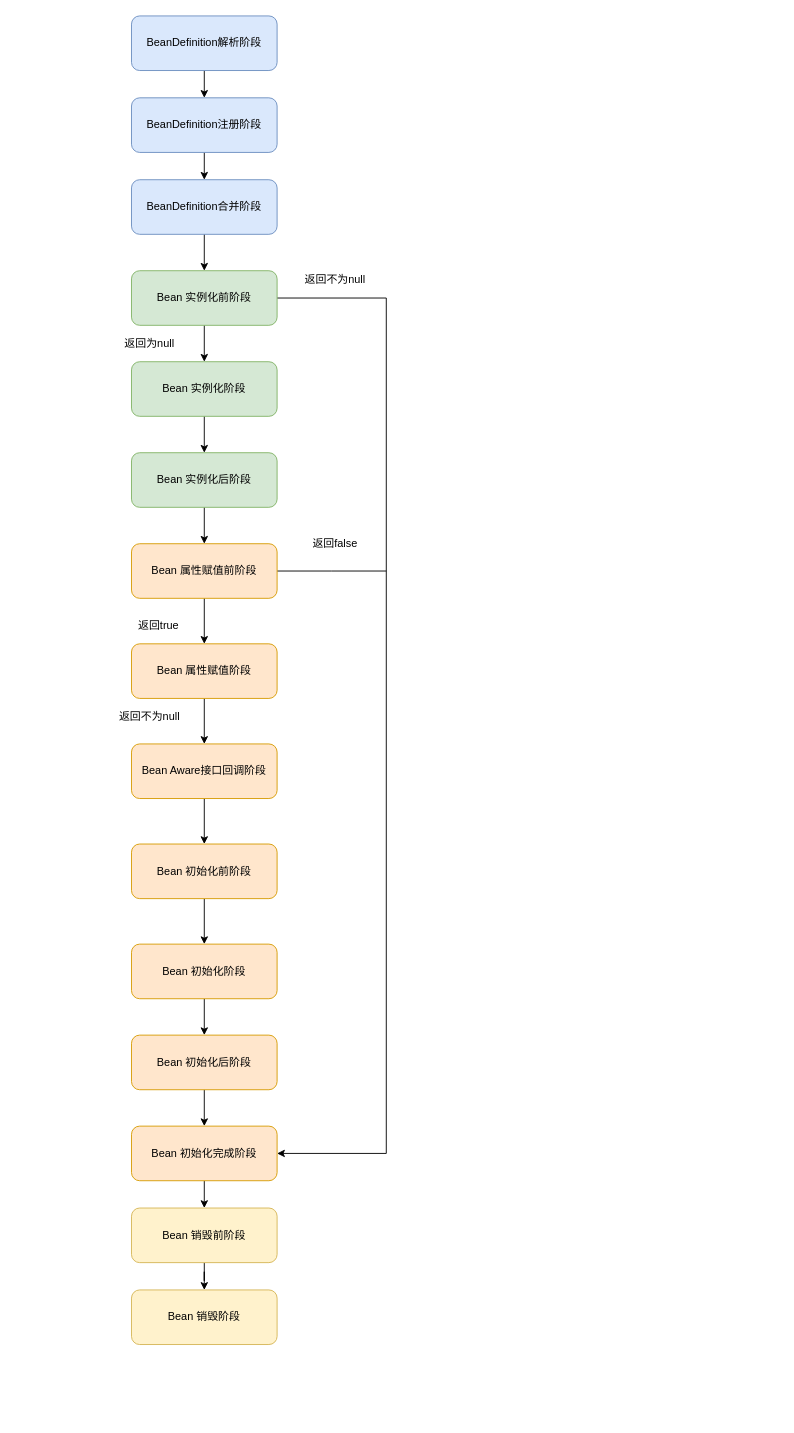
erlieStar/diagrams keeps this draw.io diagram as spring/bean生命周期.drawio. Above is the earlier version. Source tidied: cells renumbered, new cells numbered last; positions are measured from the earlier drawing's top-left corner, leaving out a move shared by most shapes. Both pictures are drawn from the tidied source at 91%, with x=0, y=0 at pixel (113, 15).
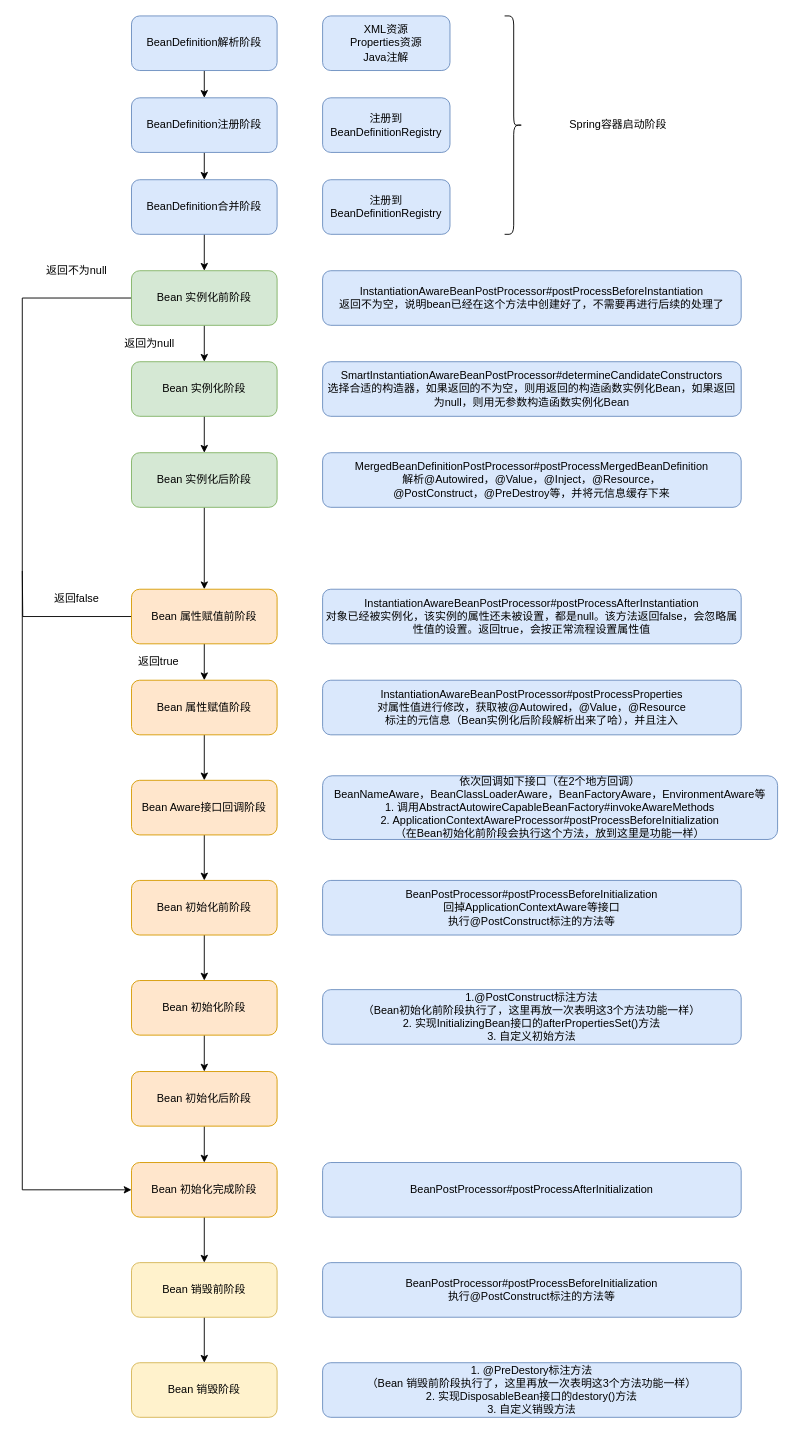
Above is the later version.

The change refers to these unchanged cells:
```xml
<mxCell id="8" value="Bean 实例化前阶段" style="rounded=1;whiteSpace=wrap;html=1;fillColor=#d5e8d4;strokeColor=#82b366;" parent="1" vertex="1">
  <mxGeometry x="20" y="280" width="160" height="60" as="geometry" />
</mxCell>
```

The edit, as a diff of the source:
```diff
@@
-    <mxCell id="7" style="edgeStyle=orthogonalEdgeStyle;rounded=0;jettySize=auto;html=1;exitX=1;exitY=0.5;exitDx=0;exitDy=0;entryX=1;entryY=0.5;entryDx=0;entryDy=0;" parent="1" edge="1" source="8" target="27">
+    <mxCell id="7" style="edgeStyle=orthogonalEdgeStyle;rounded=0;jettySize=auto;html=1;exitX=0;exitY=0.5;exitDx=0;exitDy=0;entryX=0;entryY=0.5;entryDx=0;entryDy=0;" parent="1" edge="1" source="8" target="27">
       <mxGeometry relative="1" as="geometry">
         <Array as="points">
-          <mxPoint x="300" y="310" />
-          <mxPoint x="300" y="1250" />
+          <mxPoint x="-100" y="310" />
+          <mxPoint x="-100" y="1290" />
         </Array>
       </mxGeometry>
     </mxCell>
@@
-    <mxCell id="13" style="edgeStyle=orthogonalEdgeStyle;rounded=0;jettySize=auto;html=1;exitX=1;exitY=0.5;exitDx=0;exitDy=0;endArrow=none;endFill=0;" parent="1" edge="1" source="15">
-      <mxGeometry relative="1" as="geometry">
-        <mxPoint x="300" y="610" as="targetPoint" />
-      </mxGeometry>
-    </mxCell>
@@
+    <mxCell id="38" style="edgeStyle=orthogonalEdgeStyle;rounded=0;jettySize=auto;html=1;exitX=0;exitY=0.5;exitDx=0;exitDy=0;endArrow=none;endFill=0;" parent="1" edge="1" source="15">
+      <mxGeometry relative="1" as="geometry">
+        <mxPoint x="-100" y="610" as="targetPoint" />
+      </mxGeometry>
+    </mxCell>
     <mxCell id="15" value="Bean 属性赋值前阶段" style="rounded=1;whiteSpace=wrap;html=1;fillColor=#ffe6cc;strokeColor=#d79b00;" parent="1" vertex="1">
-      <mxGeometry x="20" y="580" width="160" height="60" as="geometry" />
+      <mxGeometry x="20" y="630" width="160" height="60" as="geometry" />
     </mxCell>
@@
     <mxCell id="17" value="Bean 属性赋值阶段" style="rounded=1;whiteSpace=wrap;html=1;fillColor=#ffe6cc;strokeColor=#d79b00;" parent="1" vertex="1">
-      <mxGeometry x="20" y="690" width="160" height="60" as="geometry" />
+      <mxGeometry x="20" y="730" width="160" height="60" as="geometry" />
     </mxCell>
@@
     <mxCell id="19" value="Bean Aware接口回调阶段" style="rounded=1;whiteSpace=wrap;html=1;fillColor=#ffe6cc;strokeColor=#d79b00;" parent="1" vertex="1">
-      <mxGeometry x="20" y="800" width="160" height="60" as="geometry" />
+      <mxGeometry x="20" y="840" width="160" height="60" as="geometry" />
     </mxCell>
@@
     <mxCell id="21" value="Bean 初始化前阶段" style="rounded=1;whiteSpace=wrap;html=1;fillColor=#ffe6cc;strokeColor=#d79b00;" parent="1" vertex="1">
-      <mxGeometry x="20" y="910" width="160" height="60" as="geometry" />
+      <mxGeometry x="20" y="950" width="160" height="60" as="geometry" />
     </mxCell>
@@
     <mxCell id="23" value="Bean 初始化阶段" style="rounded=1;whiteSpace=wrap;html=1;fillColor=#ffe6cc;strokeColor=#d79b00;" parent="1" vertex="1">
-      <mxGeometry x="20" y="1020" width="160" height="60" as="geometry" />
+      <mxGeometry x="20" y="1060" width="160" height="60" as="geometry" />
     </mxCell>
@@
     <mxCell id="25" value="Bean 初始化后阶段" style="rounded=1;whiteSpace=wrap;html=1;fillColor=#ffe6cc;strokeColor=#d79b00;" parent="1" vertex="1">
-      <mxGeometry x="20" y="1120" width="160" height="60" as="geometry" />
+      <mxGeometry x="20" y="1160" width="160" height="60" as="geometry" />
     </mxCell>
@@
     <mxCell id="27" value="Bean 初始化完成阶段" style="rounded=1;whiteSpace=wrap;html=1;fillColor=#ffe6cc;strokeColor=#d79b00;" parent="1" vertex="1">
-      <mxGeometry x="20" y="1220" width="160" height="60" as="geometry" />
+      <mxGeometry x="20" y="1260" width="160" height="60" as="geometry" />
     </mxCell>
@@
     <mxCell id="29" value="Bean 销毁前阶段" style="rounded=1;whiteSpace=wrap;html=1;fillColor=#fff2cc;strokeColor=#d6b656;" parent="1" vertex="1">
-      <mxGeometry x="20" y="1310" width="160" height="60" as="geometry" />
+      <mxGeometry x="20" y="1370" width="160" height="60" as="geometry" />
     </mxCell>
     <mxCell id="30" value="Bean 销毁阶段" style="rounded=1;whiteSpace=wrap;html=1;fillColor=#fff2cc;strokeColor=#d6b656;" parent="1" vertex="1">
-      <mxGeometry x="20" y="1400" width="160" height="60" as="geometry" />
+      <mxGeometry x="20" y="1480" width="160" height="60" as="geometry" />
     </mxCell>
@@
     <mxCell id="32" value="返回不为null" style="text;html=1;strokeColor=none;fillColor=none;align=center;verticalAlign=middle;whiteSpace=wrap;rounded=0;" parent="1" vertex="1">
-      <mxGeometry x="204" y="280" width="80" height="20" as="geometry" />
+      <mxGeometry x="-80" y="270" width="80" height="20" as="geometry" />
     </mxCell>
     <mxCell id="33" value="返回false" style="text;html=1;strokeColor=none;fillColor=none;align=center;verticalAlign=middle;whiteSpace=wrap;rounded=0;" parent="1" vertex="1">
-      <mxGeometry x="204" y="570" width="80" height="20" as="geometry" />
+      <mxGeometry x="-80" y="630" width="80" height="20" as="geometry" />
     </mxCell>
     <mxCell id="34" value="返回true" style="text;html=1;strokeColor=none;fillColor=none;align=center;verticalAlign=middle;whiteSpace=wrap;rounded=0;" parent="1" vertex="1">
-      <mxGeometry x="10" y="660" width="80" height="20" as="geometry" />
+      <mxGeometry x="10" y="700" width="80" height="20" as="geometry" />
     </mxCell>
@@
-    <mxCell id="37" value="返回不为null" style="text;html=1;strokeColor=none;fillColor=none;align=center;verticalAlign=middle;whiteSpace=wrap;rounded=0;" parent="1" vertex="1">
-      <mxGeometry y="760" width="80" height="20" as="geometry" />
-    </mxCell>
+    <mxCell id="39" value="XML资源&lt;br&gt;Properties资源&lt;br&gt;Java注解&lt;span style=&quot;color: rgb(79 , 79 , 79) ; font-family: , &amp;#34;sf ui text&amp;#34; , &amp;#34;arial&amp;#34; , &amp;#34;pingfang sc&amp;#34; , &amp;#34;hiragino sans gb&amp;#34; , &amp;#34;microsoft yahei&amp;#34; , &amp;#34;wenquanyi micro hei&amp;#34; , sans-serif ; font-size: 14px ; background-color: rgb(255 , 255 , 255)&quot;&gt;&lt;br&gt;&lt;/span&gt;" style="rounded=1;whiteSpace=wrap;html=1;fillColor=#dae8fc;strokeColor=#6c8ebf;" parent="1" vertex="1">
+      <mxGeometry x="230" width="140" height="60" as="geometry" />
+    </mxCell>
+    <mxCell id="40" value="注册到BeanDefinitionRegistry" style="rounded=1;whiteSpace=wrap;html=1;fillColor=#dae8fc;strokeColor=#6c8ebf;" parent="1" vertex="1">
+      <mxGeometry x="230" y="90" width="140" height="60" as="geometry" />
+    </mxCell>
+    <mxCell id="41" value="注册到BeanDefinitionRegistry" style="rounded=1;whiteSpace=wrap;html=1;fillColor=#dae8fc;strokeColor=#6c8ebf;" parent="1" vertex="1">
+      <mxGeometry x="230" y="180" width="140" height="60" as="geometry" />
+    </mxCell>
+    <mxCell id="42" style="shape=curlyBracket;whiteSpace=wrap;html=1;rounded=1;rotation=-180;" parent="1" vertex="1">
+      <mxGeometry x="430" width="20" height="240" as="geometry" />
+    </mxCell>
+    <mxCell id="43" value="Spring容器启动阶段" style="text;html=1;strokeColor=none;fillColor=none;align=center;verticalAlign=middle;whiteSpace=wrap;rounded=0;" parent="1" vertex="1">
+      <mxGeometry x="490" y="110" width="130" height="20" as="geometry" />
+    </mxCell>
+    <mxCell id="44" value="&lt;span style=&quot;box-sizing: border-box ; outline: 0px ; overflow-wrap: break-word&quot;&gt;InstantiationAwareBeanPostProcessor#postProcessBeforeInstantiation&lt;br&gt;&lt;span&gt;返回不为空，说明bean已经在这个方法中创建好了，不需要再进行后续的处理了&lt;/span&gt;&lt;br&gt;&lt;/span&gt;" style="rounded=1;whiteSpace=wrap;html=1;fillColor=#dae8fc;strokeColor=#6c8ebf;" parent="1" vertex="1">
+      <mxGeometry x="230" y="280" width="460" height="60" as="geometry" />
+    </mxCell>
+    <mxCell id="45" value="&lt;span style=&quot;box-sizing: border-box ; outline: 0px ; overflow-wrap: break-word&quot;&gt;&lt;span style=&quot;box-sizing: border-box ; outline: 0px ; overflow-wrap: break-word&quot;&gt;SmartInstantiationAwareBeanPostProcessor#determineCandidateConstructors&lt;br&gt;&lt;/span&gt;&lt;span&gt;选择合适的构造器，如果返回的不为空，则用返回的构造函数实例化Bean，如果返回为null，则用无参数构造函数实例化Bean&lt;/span&gt;&lt;br&gt;&lt;/span&gt;" style="rounded=1;whiteSpace=wrap;html=1;fillColor=#dae8fc;strokeColor=#6c8ebf;" parent="1" vertex="1">
+      <mxGeometry x="230" y="380" width="460" height="60" as="geometry" />
+    </mxCell>
+    <mxCell id="46" value="&lt;span style=&quot;box-sizing: border-box ; outline: 0px ; overflow-wrap: break-word&quot;&gt;&lt;span style=&quot;box-sizing: border-box ; outline: 0px ; overflow-wrap: break-word&quot;&gt;MergedBeanDefinitionPostProcessor#postProcessMergedBeanDefinition&lt;br&gt;&lt;/span&gt;解析&lt;span&gt;@Autowired，@Value，@Inject，&lt;/span&gt;&lt;span&gt;@Resource，&lt;br&gt;@PostConstruct，@PreDestroy等，并将元信息缓存下来&lt;/span&gt;&lt;br&gt;&lt;/span&gt;" style="rounded=1;whiteSpace=wrap;html=1;fillColor=#dae8fc;strokeColor=#6c8ebf;" parent="1" vertex="1">
+      <mxGeometry x="230" y="480" width="460" height="60" as="geometry" />
+    </mxCell>
+    <mxCell id="47" value="&lt;span style=&quot;box-sizing: border-box ; outline: 0px ; overflow-wrap: break-word&quot;&gt;&lt;span style=&quot;box-sizing: border-box ; outline: 0px ; overflow-wrap: break-word&quot;&gt;InstantiationAwareBeanPostProcessor#postProcessAfterInstantiation&lt;br&gt;&lt;/span&gt;&lt;span&gt;对象已经被实例化，该实例的属性还未被设置，都是null。该方法返回false，会忽略属性值的设置。返回true，会按正常流程设置属性值&lt;/span&gt;&lt;br&gt;&lt;/span&gt;" style="rounded=1;whiteSpace=wrap;html=1;fillColor=#dae8fc;strokeColor=#6c8ebf;" parent="1" vertex="1">
+      <mxGeometry x="230" y="630" width="460" height="60" as="geometry" />
+    </mxCell>
+    <mxCell id="48" value="&lt;span style=&quot;box-sizing: border-box ; outline: 0px ; overflow-wrap: break-word&quot;&gt;&lt;span style=&quot;box-sizing: border-box ; outline: 0px ; overflow-wrap: break-word&quot;&gt;InstantiationAwareBeanPostProcessor#postProcessProperties&lt;br&gt;&lt;/span&gt;&lt;span&gt;对属性值进行修改，获取被&lt;/span&gt;&lt;span&gt;@Autowired，@Value，@Resource&lt;br&gt;&lt;/span&gt;标注的元信息（Bean实例化后阶段解析出来了哈），并且注入&lt;br&gt;&lt;/span&gt;" style="rounded=1;whiteSpace=wrap;html=1;fillColor=#dae8fc;strokeColor=#6c8ebf;" parent="1" vertex="1">
+      <mxGeometry x="230" y="730" width="460" height="60" as="geometry" />
+    </mxCell>
+    <mxCell id="49" value="&lt;span style=&quot;box-sizing: border-box ; outline: 0px ; overflow-wrap: break-word&quot;&gt;&lt;span style=&quot;box-sizing: border-box ; outline: 0px ; overflow-wrap: break-word&quot;&gt;BeanPostProcessor#postProcessBeforeInitialization&lt;br&gt;回掉ApplicationContextAware等接口&lt;br&gt;&lt;/span&gt;&lt;span&gt;执行@PostConstruct标注的方法等&lt;/span&gt;&lt;br&gt;&lt;/span&gt;" style="rounded=1;whiteSpace=wrap;html=1;fillColor=#dae8fc;strokeColor=#6c8ebf;" parent="1" vertex="1">
+      <mxGeometry x="230" y="950" width="460" height="60" as="geometry" />
+    </mxCell>
+    <mxCell id="50" value="&lt;span style=&quot;box-sizing: border-box ; outline: 0px ; overflow-wrap: break-word&quot;&gt;&lt;div&gt;1.@PostConstruct标注方法&lt;/div&gt;&lt;div&gt;（Bean初始化前阶段执行了，这里再放一次表明这3个方法功能一样）&lt;/div&gt;&lt;div&gt;2. 实现InitializingBean接口的afterPropertiesSet()方法&lt;/div&gt;&lt;div&gt;3. 自定义初始方法&lt;/div&gt;&lt;/span&gt;" style="rounded=1;whiteSpace=wrap;html=1;fillColor=#dae8fc;strokeColor=#6c8ebf;" parent="1" vertex="1">
+      <mxGeometry x="230" y="1070" width="460" height="60" as="geometry" />
+    </mxCell>
+    <mxCell id="51" value="&lt;span style=&quot;box-sizing: border-box ; outline: 0px ; overflow-wrap: break-word&quot;&gt;&lt;span style=&quot;box-sizing: border-box ; outline: 0px ; overflow-wrap: break-word&quot;&gt;BeanPostProcessor#postProcessBeforeInitialization&lt;br&gt;&lt;/span&gt;&lt;span&gt;执行@PostConstruct标注的方法等&lt;/span&gt;&lt;br&gt;&lt;/span&gt;" style="rounded=1;whiteSpace=wrap;html=1;fillColor=#dae8fc;strokeColor=#6c8ebf;" parent="1" vertex="1">
+      <mxGeometry x="230" y="1370" width="460" height="60" as="geometry" />
+    </mxCell>
+    <mxCell id="52" value="&lt;span style=&quot;box-sizing: border-box ; outline: 0px ; overflow-wrap: break-word&quot;&gt;&lt;div&gt;1. @PreDestory标注方法&lt;/div&gt;（Bean 销毁前阶段执行了，这里再放一次表明这3个方法功能一样&lt;span&gt;）&lt;/span&gt;&lt;br&gt;&lt;div&gt;2. 实现DisposableBean接口的destory()方法&lt;/div&gt;&lt;div&gt;3. 自定义销毁方法&lt;/div&gt;&lt;/span&gt;" style="rounded=1;whiteSpace=wrap;html=1;fillColor=#dae8fc;strokeColor=#6c8ebf;" parent="1" vertex="1">
+      <mxGeometry x="230" y="1480" width="460" height="60" as="geometry" />
+    </mxCell>
+    <mxCell id="53" value="&lt;span style=&quot;box-sizing: border-box ; outline: 0px ; overflow-wrap: break-word&quot;&gt;&lt;span style=&quot;box-sizing: border-box ; outline: 0px ; overflow-wrap: break-word&quot;&gt;BeanPostProcessor#postProcessAfterInitialization&lt;/span&gt;&lt;br&gt;&lt;/span&gt;" style="rounded=1;whiteSpace=wrap;html=1;fillColor=#dae8fc;strokeColor=#6c8ebf;" parent="1" vertex="1">
+      <mxGeometry x="230" y="1260" width="460" height="60" as="geometry" />
+    </mxCell>
+    <mxCell id="54" value="&lt;span style=&quot;box-sizing: border-box ; outline: 0px ; overflow-wrap: break-word&quot;&gt;&lt;div&gt;&lt;span&gt;依次回调如下接口（在2个地方回调）&lt;/span&gt;&lt;br&gt;&lt;/div&gt;&lt;div&gt;BeanNameAware，BeanClassLoaderAware，BeanFactoryAware，EnvironmentAware等&lt;/div&gt;&lt;/span&gt;&lt;span&gt;1. 调用AbstractAutowireCapableBeanFactory#invokeAwareMethods&lt;br&gt;2.&amp;nbsp;&lt;/span&gt;ApplicationContextAwareProcessor#postProcessBeforeInitialization&lt;br&gt;&lt;span&gt;（在Bean初始化前阶段会执行这个方法，放到这里是功能一样）&lt;br&gt;&lt;/span&gt;" style="rounded=1;whiteSpace=wrap;html=1;fillColor=#dae8fc;strokeColor=#6c8ebf;" parent="1" vertex="1">
+      <mxGeometry x="230" y="835" width="500" height="70" as="geometry" />
+    </mxCell>
```
